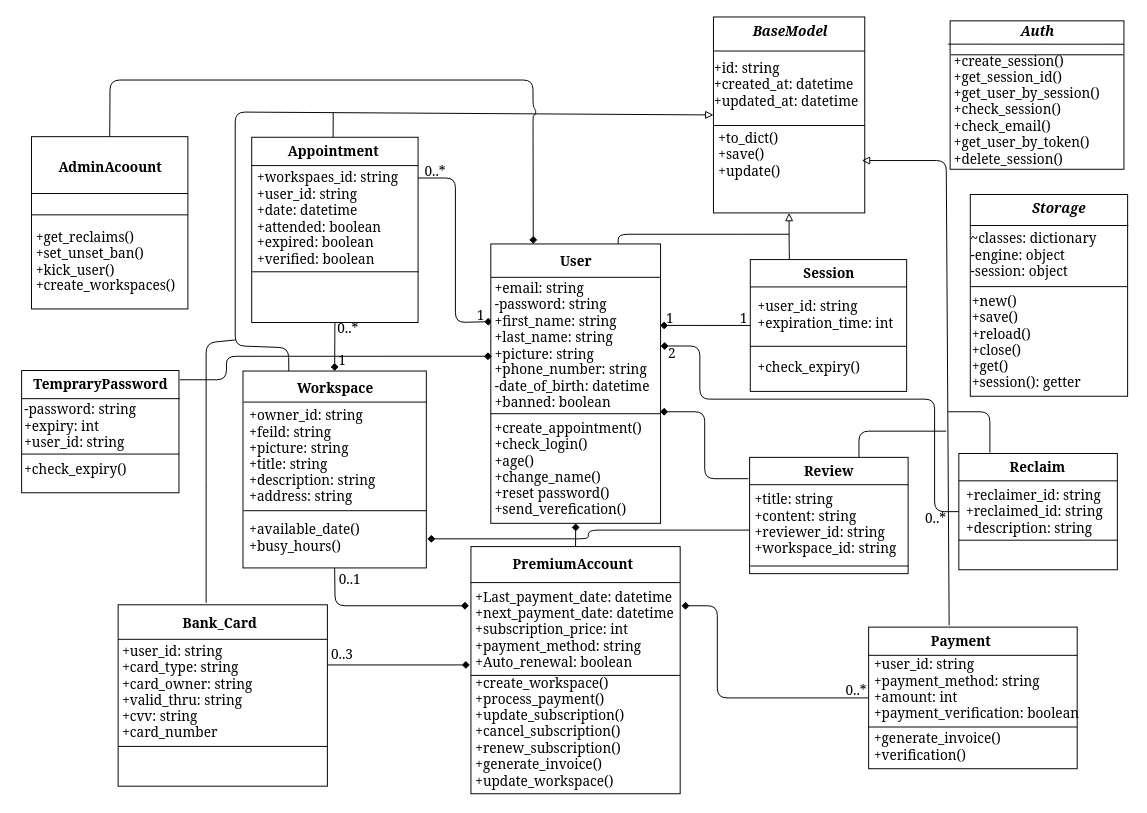
Earlier version of the draw.io diagram UML/Class_diagram/Dio/Class_diagram_v1.dio (Kolapo-code/Booker). Source tidied: cells renumbered, new cells numbered last; positions are measured from the earlier drawing's top-left corner, leaving out a move shared by most shapes. Both pictures are drawn from the tidied source at 97%, with x=0, y=0 at pixel (16, 16).
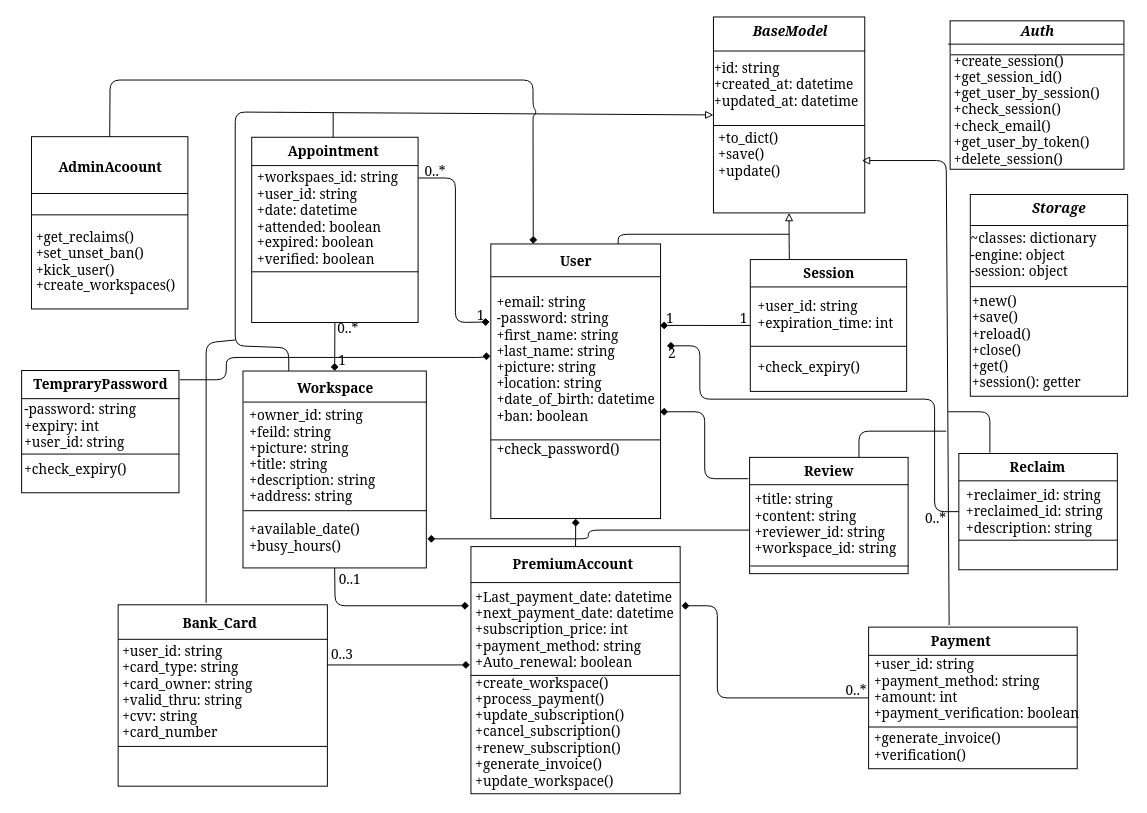
After the change.

Commit message:
sync the class diagram  with the user class

Unchanged cells that the change refers to:
```xml
<mxCell id="17" style="rounded=0;whiteSpace=wrap;html=1;fillColor=#ffffff;strokeColor=#000000;" parent="16" vertex="1">
  <mxGeometry width="171.5" height="191" as="geometry" />
</mxCell>
```

Change to the diagram source:
```diff
@@
-    <mxCell id="13" style="endArrow=none;html=1;strokeColor=#000000;fontFamily=Georgia;fontSize=14;fontColor=#000000;sourcePerimeterSpacing=0;targetPerimeterSpacing=0;jumpSize=0;endFill=0;startArrow=diamond;startFill=1;entryX=0.996;entryY=0.22;entryDx=0;entryDy=0;entryPerimeter=0;exitX=0.009;exitY=0.278;exitDx=0;exitDy=0;exitPerimeter=0;" parent="1" edge="1" source="29" target="17">
+    <mxCell id="13" style="endArrow=none;html=1;strokeColor=#000000;fontFamily=Georgia;fontSize=14;fontColor=#000000;sourcePerimeterSpacing=0;targetPerimeterSpacing=0;jumpSize=0;endFill=0;startArrow=diamond;startFill=1;entryX=0.996;entryY=0.22;entryDx=0;entryDy=0;entryPerimeter=0;exitX=-0.007;exitY=0.284;exitDx=0;exitDy=0;exitPerimeter=0;" parent="1" edge="1" source="29" target="17">
       <mxGeometry relative="1" as="geometry">
         <Array as="points">
           <mxPoint x="452" y="315" />
           <mxPoint x="452" y="166" />
         </Array>
       </mxGeometry>
     </mxCell>
@@
     <mxCell id="28" style="group;" parent="1" vertex="1">
-      <mxGeometry x="488.5" y="234" width="177" height="297" as="geometry" />
+      <mxGeometry x="488.5" y="234" width="181.5" height="292" as="geometry" />
     </mxCell>
     <mxCell id="29" style="rounded=0;whiteSpace=wrap;html=1;fillColor=#ffffff;strokeColor=#000000;" parent="28" vertex="1">
-      <mxGeometry width="175" height="288" as="geometry" />
+      <mxGeometry width="175" height="283.1" as="geometry" />
     </mxCell>
     <mxCell id="30" style="endArrow=none;html=1;entryX=1;entryY=0.25;entryDx=0;entryDy=0;exitX=0;exitY=0.25;exitDx=0;exitDy=0;strokeColor=#000000;rounded=0;" parent="28" edge="1">
       <mxGeometry relative="1" as="geometry">
-        <mxPoint y="175" as="sourcePoint" />
-        <mxPoint x="175" y="175" as="targetPoint" />
+        <mxPoint y="202" as="sourcePoint" />
+        <mxPoint x="175" y="202" as="targetPoint" />
       </mxGeometry>
     </mxCell>
     <mxCell id="31" style="endArrow=none;html=1;entryX=1;entryY=0.25;entryDx=0;entryDy=0;exitX=0;exitY=0.25;exitDx=0;exitDy=0;strokeColor=#000000;rounded=0;" parent="28" edge="1">
       <mxGeometry relative="1" as="geometry">
-        <mxPoint y="34.4" as="sourcePoint" />
-        <mxPoint x="175" y="34.4" as="targetPoint" />
+        <mxPoint y="33.8" as="sourcePoint" />
+        <mxPoint x="175" y="33.8" as="targetPoint" />
       </mxGeometry>
     </mxCell>
     <mxCell id="32" value="&lt;font style=&quot;font-size: 14px;&quot; color=&quot;#000000&quot;&gt;User&lt;/font&gt;" style="text;html=1;align=center;verticalAlign=middle;strokeColor=none;fillColor=none;fontStyle=1;fontFamily=Georgia;" parent="28" vertex="1">
-      <mxGeometry x="61.5" y="3.2" width="52" height="29" as="geometry" />
+      <mxGeometry x="61.5" y="3.1" width="52" height="29" as="geometry" />
     </mxCell>
-    <mxCell id="33" value="&lt;div style=&quot;font-size: 14px;&quot;&gt;+create_appointment()&lt;/div&gt;&lt;div style=&quot;font-size: 14px;&quot;&gt;+check_login()&lt;/div&gt;&lt;div style=&quot;font-size: 14px;&quot;&gt;+age()&lt;/div&gt;&lt;div style=&quot;font-size: 14px;&quot;&gt;+change_name()&lt;/div&gt;&lt;div style=&quot;font-size: 14px;&quot;&gt;+reset password()&lt;/div&gt;&lt;div style=&quot;font-size: 14px;&quot;&gt;+send_verefication()&lt;/div&gt;" style="text;html=1;align=left;verticalAlign=middle;strokeColor=none;fillColor=none;fontColor=#000000;fontFamily=Georgia;" parent="28" vertex="1">
-      <mxGeometry x="2" y="175" width="171" height="113" as="geometry" />
+    <mxCell id="33" value="&lt;div style=&quot;font-size: 14px;&quot;&gt;&lt;span style=&quot;background-color: initial;&quot;&gt;+check_password()&lt;/span&gt;&lt;br&gt;&lt;/div&gt;&lt;div style=&quot;font-size: 14px;&quot;&gt;&lt;br&gt;&lt;/div&gt;" style="text;html=1;align=left;verticalAlign=middle;strokeColor=none;fillColor=none;fontColor=#000000;fontFamily=Georgia;" parent="28" vertex="1">
+      <mxGeometry x="4.5" y="197" width="140" height="46" as="geometry" />
     </mxCell>
-    <mxCell id="34" value="&lt;div style=&quot;font-size: 14px;&quot;&gt;+email: string&lt;/div&gt;&lt;div style=&quot;font-size: 14px;&quot;&gt;-password: string&lt;/div&gt;&lt;div style=&quot;font-size: 14px;&quot;&gt;+first_name: string&lt;/div&gt;&lt;div style=&quot;font-size: 14px;&quot;&gt;&lt;span style=&quot;background-color: initial;&quot;&gt;+last_name: string&lt;/span&gt;&lt;br&gt;&lt;/div&gt;&lt;div style=&quot;font-size: 14px;&quot;&gt;+picture: string&lt;span style=&quot;background-color: initial;&quot;&gt;&lt;br&gt;&lt;/span&gt;&lt;/div&gt;&lt;div style=&quot;font-size: 14px;&quot;&gt;+phone_number: string&lt;/div&gt;&lt;div style=&quot;font-size: 14px;&quot;&gt;-date_of_birth: datetime&lt;/div&gt;&lt;div style=&quot;font-size: 14px;&quot;&gt;+banned: boolean&lt;/div&gt;" style="text;html=1;align=left;verticalAlign=middle;points=[];strokeColor=none;fillColor=none;fontColor=#000000;fontFamily=Georgia;" parent="28" vertex="1">
-      <mxGeometry x="2" y="32.2" width="173" height="146" as="geometry" />
+    <mxCell id="34" value="&lt;div style=&quot;font-size: 14px;&quot;&gt;+email: string&lt;/div&gt;&lt;div style=&quot;font-size: 14px;&quot;&gt;-password: string&lt;/div&gt;&lt;div style=&quot;font-size: 14px;&quot;&gt;+first_name: string&lt;/div&gt;&lt;div style=&quot;font-size: 14px;&quot;&gt;&lt;span style=&quot;background-color: initial;&quot;&gt;+last_name: string&lt;/span&gt;&lt;br&gt;&lt;/div&gt;&lt;div style=&quot;font-size: 14px;&quot;&gt;+picture: string&lt;span style=&quot;background-color: initial;&quot;&gt;&lt;br&gt;&lt;/span&gt;&lt;/div&gt;&lt;div style=&quot;font-size: 14px;&quot;&gt;+location: string&lt;/div&gt;&lt;div style=&quot;font-size: 14px;&quot;&gt;+date_of_birth: datetime&lt;/div&gt;&lt;div style=&quot;font-size: 14px;&quot;&gt;+ban: boolean&lt;/div&gt;" style="text;html=1;align=left;verticalAlign=middle;points=[];strokeColor=none;fillColor=none;fontColor=#000000;fontFamily=Georgia;" parent="28" vertex="1">
+      <mxGeometry x="4.5" y="46" width="177" height="146" as="geometry" />
     </mxCell>
@@
-    <mxCell id="121" style="endArrow=diamond;html=1;strokeColor=#000000;endFill=1;edgeStyle=orthogonalEdgeStyle;entryX=0.007;entryY=0.402;entryDx=0;entryDy=0;entryPerimeter=0;" parent="1" edge="1" target="29">
+    <mxCell id="121" style="endArrow=diamond;html=1;strokeColor=#000000;endFill=1;edgeStyle=orthogonalEdgeStyle;" parent="1" edge="1">
       <mxGeometry relative="1" as="geometry">
-        <mxPoint x="168" y="374" as="sourcePoint" />
+        <mxPoint x="167.8" y="374" as="sourcePoint" />
+        <mxPoint x="484" y="354" as="targetPoint" />
         <Array as="points">
-          <mxPoint x="216" y="374" />
-          <mxPoint x="216" y="350" />
+          <mxPoint x="215.8" y="374" />
+          <mxPoint x="215.8" y="351" />
         </Array>
       </mxGeometry>
     </mxCell>
```
